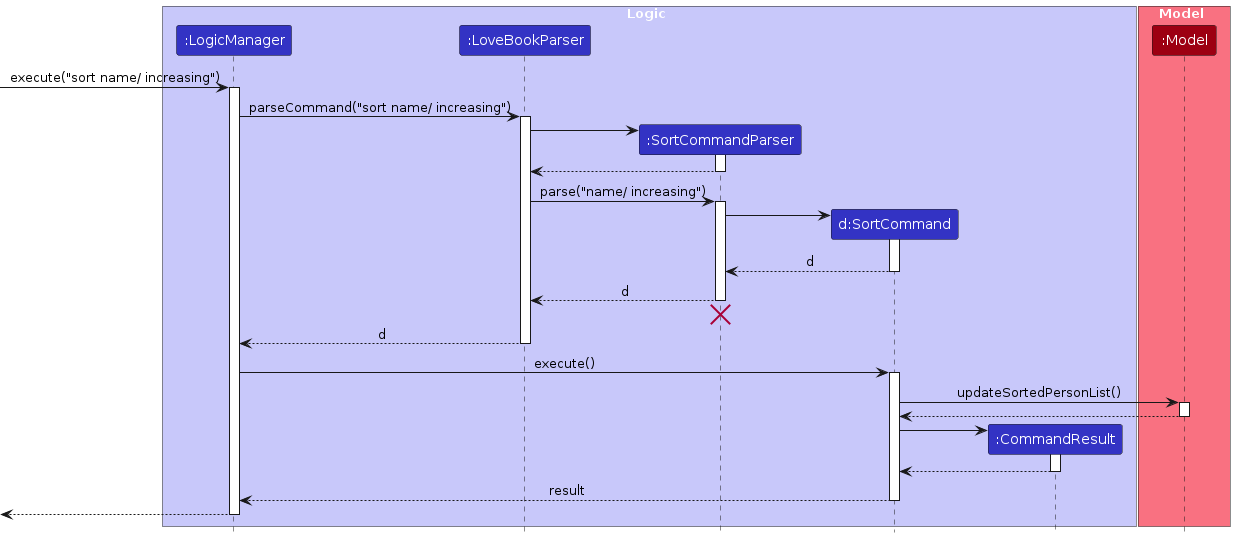
AY2324S1-CS2103T-F10-2/tp keeps this PlantUML diagram as diagrams/SortSequence.png. Above is the earlier version. Its source is kept beside it as diagrams/SortSequence.puml.
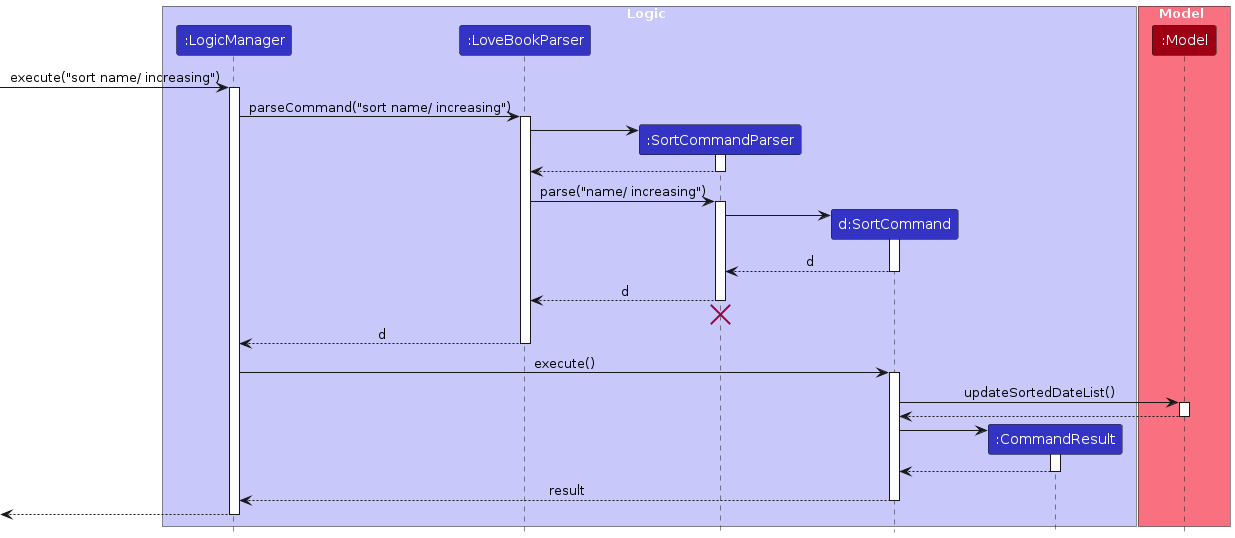
The same diagram one commit later.

Change to the diagram source:
```diff
@@ -48,7 +48,7 @@
 LogicManager -> SortCommand : execute()
 activate SortCommand
 
-SortCommand -> Model : updateSortedPersonList()
+SortCommand -> Model : updateSortedDateList()
 activate Model
 
 Model --> SortCommand
```
